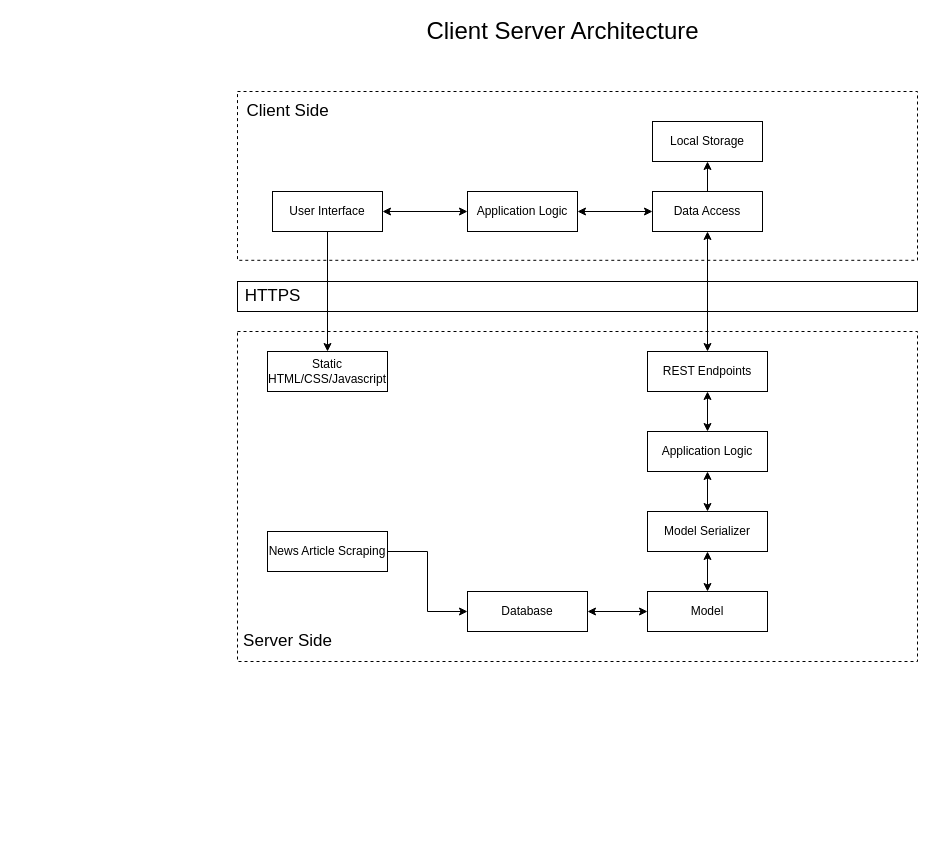
Before: Application Architecture.drawio in MarkyMan4/capstone-planning, a draw.io diagram. Source tidied: cells renumbered, new cells numbered last; positions are measured from the earlier drawing's top-left corner, leaving out a move shared by most shapes. Both pictures are drawn from the tidied source at 100%, with x=0, y=0 at pixel (237, 21).
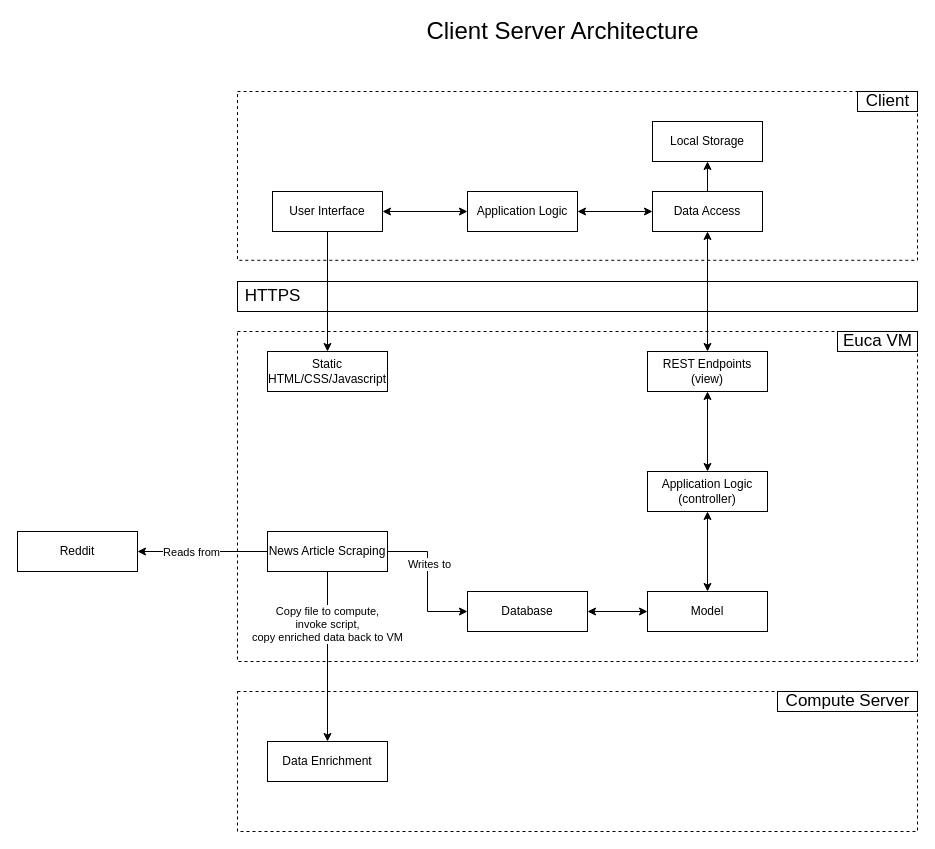
The same page after the edit.

Unchanged cells that the change refers to:
```xml
<mxCell id="26" value="Model" style="whiteSpace=wrap;html=1;" parent="1" vertex="1">
  <mxGeometry x="410" y="570" width="120" height="40" as="geometry" />
</mxCell>
<mxCell id="28" style="edgeStyle=orthogonalEdgeStyle;rounded=0;jettySize=auto;html=1;exitX=1;exitY=0.5;exitDx=0;exitDy=0;entryX=0;entryY=0.5;entryDx=0;entryDy=0;" parent="1" edge="1" source="29" target="8">
  <mxGeometry relative="1" as="geometry" />
</mxCell>
<mxCell id="29" value="News Article Scraping" style="rounded=0;whiteSpace=wrap;html=1;" parent="1" vertex="1">
  <mxGeometry x="30" y="510" width="120" height="40" as="geometry" />
</mxCell>
```

Diff of the diagram source:
```diff
@@
-    <mxCell id="4" value="REST Endpoints" style="rounded=0;whiteSpace=wrap;html=1;" parent="1" vertex="1">
+    <mxCell id="4" value="REST Endpoints (view)" style="rounded=0;whiteSpace=wrap;html=1;" parent="1" vertex="1">
       <mxGeometry x="410" y="330" width="120" height="40" as="geometry" />
     </mxCell>
@@
-    <mxCell id="6" style="edgeStyle=none;rounded=0;jettySize=auto;html=1;startArrow=classic;startFill=1;endArrow=classic;endFill=1;" parent="1" edge="1" source="7" target="27">
+    <mxCell id="6" style="edgeStyle=none;rounded=0;jettySize=auto;html=1;startArrow=classic;startFill=1;endArrow=classic;endFill=1;" parent="1" edge="1" source="7" target="26">
       <mxGeometry relative="1" as="geometry" />
     </mxCell>
-    <mxCell id="7" value="Application Logic" style="whiteSpace=wrap;html=1;" parent="1" vertex="1">
-      <mxGeometry x="410" y="410" width="120" height="40" as="geometry" />
+    <mxCell id="7" value="Application Logic (controller)" style="whiteSpace=wrap;html=1;" parent="1" vertex="1">
+      <mxGeometry x="410" y="450" width="120" height="40" as="geometry" />
     </mxCell>
@@
-    <mxCell id="12" value="&lt;font style=&quot;font-size: 17px&quot;&gt;Server Side&lt;/font&gt;" style="text;html=1;align=center;verticalAlign=middle;" parent="1" vertex="1">
-      <mxGeometry y="610" width="100" height="20" as="geometry" />
+    <mxCell id="12" value="&lt;font style=&quot;font-size: 17px&quot;&gt;Euca VM&lt;/font&gt;" style="text;html=1;align=center;verticalAlign=middle;strokeColor=default;" parent="1" vertex="1">
+      <mxGeometry x="600" y="310" width="80" height="20" as="geometry" />
     </mxCell>
-    <mxCell id="13" value="&lt;font style=&quot;font-size: 17px&quot;&gt;Client Side&lt;/font&gt;" style="text;html=1;align=center;verticalAlign=middle;" parent="1" vertex="1">
-      <mxGeometry y="80" width="100" height="20" as="geometry" />
+    <mxCell id="13" value="&lt;font style=&quot;font-size: 17px&quot;&gt;Client&lt;/font&gt;" style="text;html=1;align=center;verticalAlign=middle;strokeColor=default;" parent="1" vertex="1">
+      <mxGeometry x="620" y="70" width="60" height="20" as="geometry" />
     </mxCell>
@@
-    <mxCell id="25" style="edgeStyle=none;rounded=0;jettySize=auto;html=1;startArrow=classic;startFill=1;endArrow=classic;endFill=1;" parent="1" edge="1" source="26" target="27">
-      <mxGeometry relative="1" as="geometry" />
-    </mxCell>
@@
-    <mxCell id="27" value="Model Serializer" style="whiteSpace=wrap;html=1;" parent="1" vertex="1">
-      <mxGeometry x="410" y="490" width="120" height="40" as="geometry" />
-    </mxCell>
@@
+    <mxCell id="30" value="Writes to" style="edgeLabel;html=1;align=center;verticalAlign=middle;" parent="28" vertex="1">
+      <mxGeometry x="-0.26" y="1" relative="1" as="geometry" />
+    </mxCell>
+    <mxCell id="31" style="edgeStyle=orthogonalEdgeStyle;rounded=0;jettySize=auto;html=1;exitX=0;exitY=0.5;exitDx=0;exitDy=0;entryX=1;entryY=0.5;entryDx=0;entryDy=0;" parent="1" edge="1" source="29" target="35">
+      <mxGeometry relative="1" as="geometry" />
+    </mxCell>
+    <mxCell id="32" value="Reads from" style="edgeLabel;html=1;align=center;verticalAlign=middle;" parent="31" vertex="1">
+      <mxGeometry x="0.18" y="1" relative="1" as="geometry">
+        <mxPoint y="-1" as="offset" />
+      </mxGeometry>
+    </mxCell>
+    <mxCell id="33" style="edgeStyle=orthogonalEdgeStyle;rounded=0;jettySize=auto;html=1;exitX=0.5;exitY=1;exitDx=0;exitDy=0;entryX=0.5;entryY=0;entryDx=0;entryDy=0;" parent="1" edge="1" source="29" target="38">
+      <mxGeometry relative="1" as="geometry" />
+    </mxCell>
+    <mxCell id="34" value="Copy file to compute, &lt;br&gt;invoke script,&lt;br&gt;copy enriched data back to VM" style="edgeLabel;html=1;align=center;verticalAlign=middle;" parent="33" vertex="1">
+      <mxGeometry x="-0.39" y="-1" relative="1" as="geometry" />
+    </mxCell>
@@
+    <mxCell id="35" value="Reddit" style="rounded=0;whiteSpace=wrap;html=1;" parent="1" vertex="1">
+      <mxGeometry x="-220" y="510" width="120" height="40" as="geometry" />
+    </mxCell>
+    <mxCell id="36" style="rounded=0;whiteSpace=wrap;html=1;fillColor=none;dashed=1;" parent="1" vertex="1">
+      <mxGeometry y="670" width="680" height="140" as="geometry" />
+    </mxCell>
+    <mxCell id="37" value="&lt;font style=&quot;font-size: 17px&quot;&gt;Compute Server&lt;/font&gt;" style="text;html=1;align=center;verticalAlign=middle;strokeColor=default;" parent="1" vertex="1">
+      <mxGeometry x="540" y="670" width="140" height="20" as="geometry" />
+    </mxCell>
+    <mxCell id="38" value="Data Enrichment" style="rounded=0;whiteSpace=wrap;html=1;" parent="1" vertex="1">
+      <mxGeometry x="30" y="720" width="120" height="40" as="geometry" />
+    </mxCell>
```
